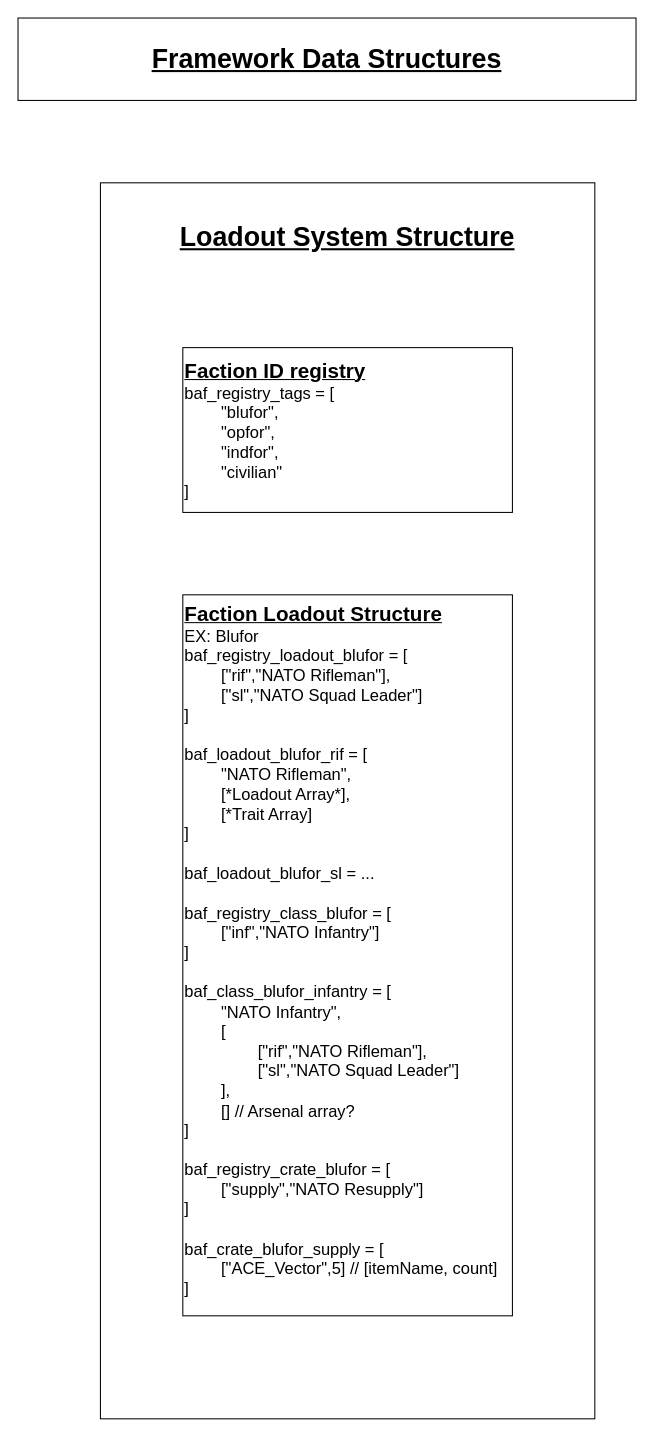
Above: .notes/diagrams/LoadoutDiagram.drawio in BAXENdev/BAF (draw.io), before the change. Source tidied: cells renumbered, new cells numbered last; positions are measured from the earlier drawing's top-left corner, leaving out a move shared by most shapes. Both pictures are drawn from the tidied source at 103%, with x=0, y=0 at pixel (18, 18).
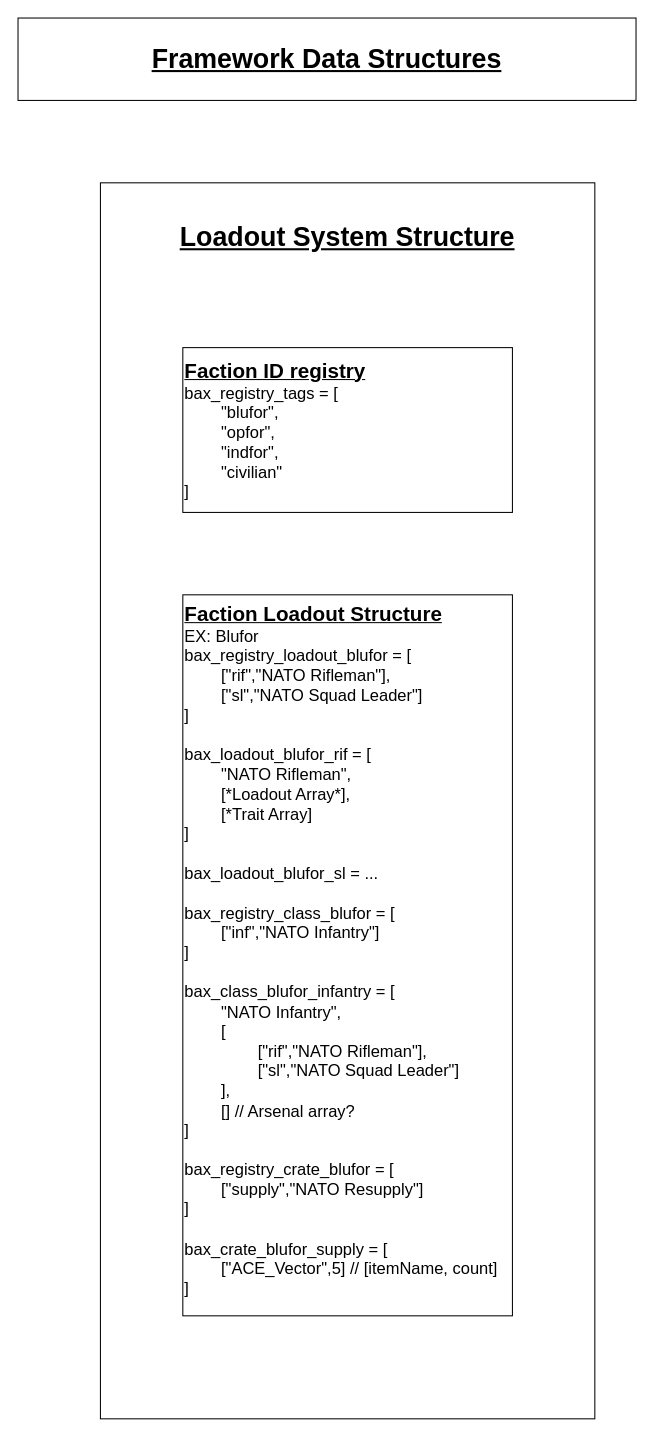
Above is the later version.

Change to the diagram source:
```diff
@@
 <mxGraphModel>
   <root>
     <mxCell id="0" />
     <mxCell id="1" parent="0" />
     <mxCell id="2" value="&lt;br&gt;Loadout System Structure" style="rounded=0;whiteSpace=wrap;html=1;fontSize=26;fontStyle=5;verticalAlign=top;" parent="1" vertex="1">
       <mxGeometry x="80" y="160" width="480" height="1200" as="geometry" />
     </mxCell>
     <mxCell id="3" value="&lt;b style=&quot;font-size: 26px;&quot;&gt;&lt;u style=&quot;font-size: 26px;&quot;&gt;Framework Data Structures&lt;/u&gt;&lt;/b&gt;" style="rounded=0;whiteSpace=wrap;html=1;align=center;verticalAlign=middle;fontSize=26;" parent="1" vertex="1">
       <mxGeometry width="600" height="80" as="geometry" />
     </mxCell>
-    <mxCell id="4" value="&lt;b&gt;&lt;u&gt;&lt;font style=&quot;font-size: 20px;&quot;&gt;Faction ID registry&lt;/font&gt;&lt;/u&gt;&lt;/b&gt;&lt;br&gt;baf_registry_tags = [&lt;br&gt;&lt;span style=&quot;white-space: pre;&quot;&gt;&#9;&lt;/span&gt;&quot;blufor&quot;,&lt;br&gt;&lt;span style=&quot;white-space: pre;&quot;&gt;&#9;&lt;/span&gt;&quot;opfor&quot;,&lt;br&gt;&lt;span style=&quot;white-space: pre;&quot;&gt;&#9;&lt;/span&gt;&quot;indfor&quot;,&lt;br&gt;&lt;span style=&quot;white-space: pre;&quot;&gt;&#9;&lt;/span&gt;&quot;civilian&quot;&lt;br&gt;]" style="rounded=0;whiteSpace=wrap;html=1;fontSize=16;align=left;" parent="1" vertex="1">
+    <mxCell id="4" value="&lt;b&gt;&lt;u&gt;&lt;font style=&quot;font-size: 20px;&quot;&gt;Faction ID registry&lt;/font&gt;&lt;/u&gt;&lt;/b&gt;&lt;br&gt;bax_registry_tags = [&lt;br&gt;&lt;span style=&quot;white-space: pre;&quot;&gt;&#9;&lt;/span&gt;&quot;blufor&quot;,&lt;br&gt;&lt;span style=&quot;white-space: pre;&quot;&gt;&#9;&lt;/span&gt;&quot;opfor&quot;,&lt;br&gt;&lt;span style=&quot;white-space: pre;&quot;&gt;&#9;&lt;/span&gt;&quot;indfor&quot;,&lt;br&gt;&lt;span style=&quot;white-space: pre;&quot;&gt;&#9;&lt;/span&gt;&quot;civilian&quot;&lt;br&gt;]" style="rounded=0;whiteSpace=wrap;html=1;fontSize=16;align=left;" parent="1" vertex="1">
       <mxGeometry x="160" y="320" width="320" height="160" as="geometry" />
     </mxCell>
-    <mxCell id="5" value="&lt;b&gt;&lt;u&gt;&lt;font style=&quot;font-size: 20px;&quot;&gt;Faction Loadout Structure&lt;br&gt;&lt;/font&gt;&lt;/u&gt;&lt;/b&gt;EX: Blufor&lt;br&gt;baf_registry_loadout_blufor = [&lt;br&gt;&lt;span style=&quot;white-space: pre;&quot;&gt;&#9;&lt;/span&gt;[&quot;rif&quot;,&quot;NATO Rifleman&quot;],&lt;br&gt;&lt;span style=&quot;white-space: pre;&quot;&gt;&#9;&lt;/span&gt;[&quot;sl&quot;,&quot;NATO Squad Leader&quot;]&lt;br&gt;]&lt;br&gt;&lt;br&gt;baf_loadout_blufor_rif = [&lt;br&gt;&lt;span style=&quot;white-space: pre;&quot;&gt;&#9;&lt;/span&gt;&quot;NATO Rifleman&quot;,&lt;br&gt;&lt;span style=&quot;white-space: pre;&quot;&gt;&#9;&lt;/span&gt;[*Loadout Array*],&lt;br&gt;&lt;span style=&quot;white-space: pre;&quot;&gt;&#9;&lt;/span&gt;[*Trait Array]&lt;br&gt;]&lt;br&gt;&lt;br&gt;baf_loadout_blufor_sl = ...&lt;br&gt;&lt;br&gt;baf_registry_class_blufor = [&lt;br&gt;&lt;span style=&quot;white-space: pre;&quot;&gt;&#9;&lt;/span&gt;[&quot;inf&quot;,&quot;NATO Infantry&quot;]&lt;br&gt;]&lt;br&gt;&lt;br&gt;baf_class_blufor_infantry = [&lt;br&gt;&lt;span style=&quot;white-space: pre;&quot;&gt;&#9;&lt;/span&gt;&quot;NATO Infantry&quot;,&lt;br&gt;&lt;span style=&quot;white-space: pre;&quot;&gt;&#9;&lt;/span&gt;[&lt;br&gt;&lt;span style=&quot;white-space: pre;&quot;&gt;&#9;&lt;/span&gt;&lt;span style=&quot;white-space: pre;&quot;&gt;&#9;&lt;/span&gt;[&quot;rif&quot;,&quot;NATO Rifleman&quot;],&lt;br&gt;&lt;span style=&quot;white-space: pre;&quot;&gt;&#9;&lt;/span&gt;&lt;span style=&quot;white-space: pre;&quot;&gt;&#9;&lt;/span&gt;[&quot;sl&quot;,&quot;NATO Squad Leader&quot;]&lt;br&gt;&lt;span style=&quot;white-space: pre;&quot;&gt;&#9;&lt;/span&gt;],&lt;br&gt;&lt;span style=&quot;white-space: pre;&quot;&gt;&#9;&lt;/span&gt;[] // Arsenal array?&lt;br&gt;]&lt;br&gt;&lt;br&gt;baf_registry_crate_blufor = [&lt;br&gt;&lt;span style=&quot;white-space: pre;&quot;&gt;&#9;&lt;/span&gt;[&quot;supply&quot;,&quot;NATO Resupply&quot;]&lt;br&gt;]&lt;br&gt;&lt;br&gt;baf_crate_blufor_supply = [&lt;br&gt;&lt;span style=&quot;white-space: pre;&quot;&gt;&#9;&lt;/span&gt;[&quot;ACE_Vector&quot;,5] // [itemName, count]&lt;br&gt;]" style="rounded=0;whiteSpace=wrap;html=1;fontSize=16;align=left;verticalAlign=top;" parent="1" vertex="1">
+    <mxCell id="5" value="&lt;b&gt;&lt;u&gt;&lt;font style=&quot;font-size: 20px;&quot;&gt;Faction Loadout Structure&lt;br&gt;&lt;/font&gt;&lt;/u&gt;&lt;/b&gt;EX: Blufor&lt;br&gt;bax_registry_loadout_blufor = [&lt;br&gt;&lt;span style=&quot;white-space: pre;&quot;&gt;&#9;&lt;/span&gt;[&quot;rif&quot;,&quot;NATO Rifleman&quot;],&lt;br&gt;&lt;span style=&quot;white-space: pre;&quot;&gt;&#9;&lt;/span&gt;[&quot;sl&quot;,&quot;NATO Squad Leader&quot;]&lt;br&gt;]&lt;br&gt;&lt;br&gt;bax_loadout_blufor_rif = [&lt;br&gt;&lt;span style=&quot;white-space: pre;&quot;&gt;&#9;&lt;/span&gt;&quot;NATO Rifleman&quot;,&lt;br&gt;&lt;span style=&quot;white-space: pre;&quot;&gt;&#9;&lt;/span&gt;[*Loadout Array*],&lt;br&gt;&lt;span style=&quot;white-space: pre;&quot;&gt;&#9;&lt;/span&gt;[*Trait Array]&lt;br&gt;]&lt;br&gt;&lt;br&gt;bax_loadout_blufor_sl = ...&lt;br&gt;&lt;br&gt;bax_registry_class_blufor = [&lt;br&gt;&lt;span style=&quot;white-space: pre;&quot;&gt;&#9;&lt;/span&gt;[&quot;inf&quot;,&quot;NATO Infantry&quot;]&lt;br&gt;]&lt;br&gt;&lt;br&gt;bax_class_blufor_infantry = [&lt;br&gt;&lt;span style=&quot;white-space: pre;&quot;&gt;&#9;&lt;/span&gt;&quot;NATO Infantry&quot;,&lt;br&gt;&lt;span style=&quot;white-space: pre;&quot;&gt;&#9;&lt;/span&gt;[&lt;br&gt;&lt;span style=&quot;white-space: pre;&quot;&gt;&#9;&lt;/span&gt;&lt;span style=&quot;white-space: pre;&quot;&gt;&#9;&lt;/span&gt;[&quot;rif&quot;,&quot;NATO Rifleman&quot;],&lt;br&gt;&lt;span style=&quot;white-space: pre;&quot;&gt;&#9;&lt;/span&gt;&lt;span style=&quot;white-space: pre;&quot;&gt;&#9;&lt;/span&gt;[&quot;sl&quot;,&quot;NATO Squad Leader&quot;]&lt;br&gt;&lt;span style=&quot;white-space: pre;&quot;&gt;&#9;&lt;/span&gt;],&lt;br&gt;&lt;span style=&quot;white-space: pre;&quot;&gt;&#9;&lt;/span&gt;[] // Arsenal array?&lt;br&gt;]&lt;br&gt;&lt;br&gt;bax_registry_crate_blufor = [&lt;br&gt;&lt;span style=&quot;white-space: pre;&quot;&gt;&#9;&lt;/span&gt;[&quot;supply&quot;,&quot;NATO Resupply&quot;]&lt;br&gt;]&lt;br&gt;&lt;br&gt;bax_crate_blufor_supply = [&lt;br&gt;&lt;span style=&quot;white-space: pre;&quot;&gt;&#9;&lt;/span&gt;[&quot;ACE_Vector&quot;,5] // [itemName, count]&lt;br&gt;]" style="rounded=0;whiteSpace=wrap;html=1;fontSize=16;align=left;verticalAlign=top;" parent="1" vertex="1">
       <mxGeometry x="160" y="560" width="320" height="700" as="geometry" />
     </mxCell>
   </root>
 </mxGraphModel>
```
